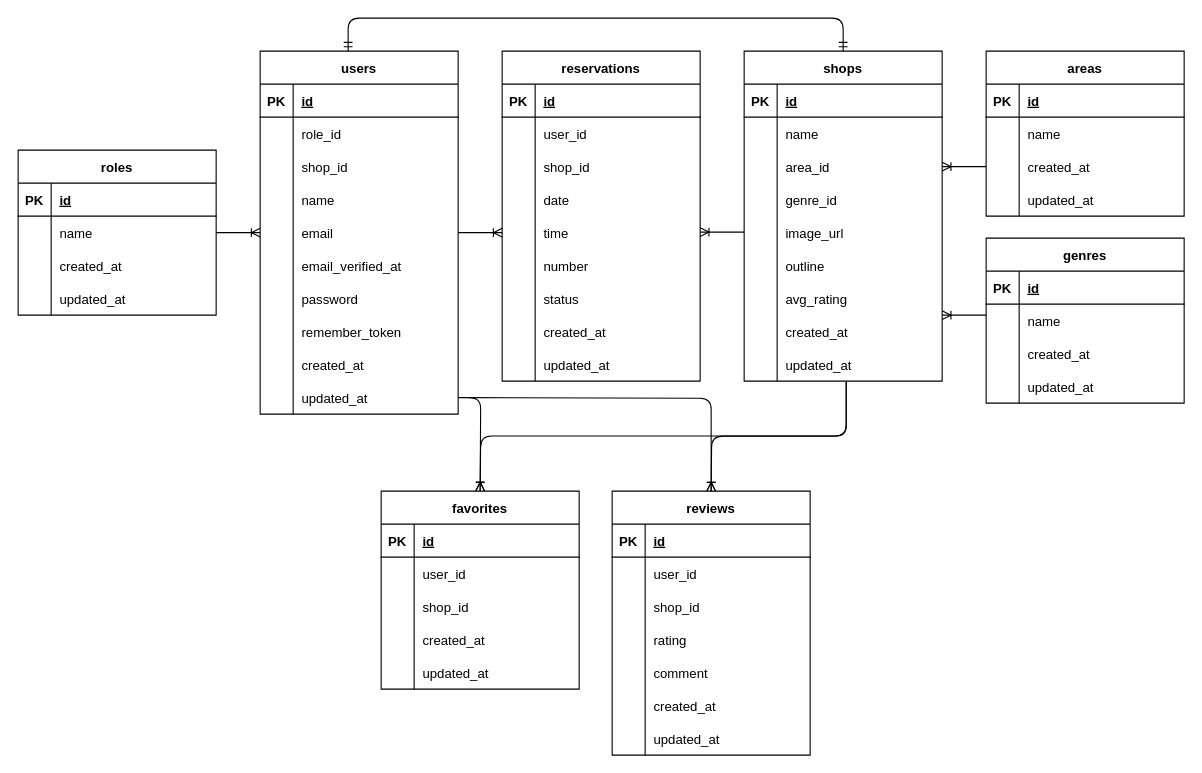
yoshiimika/RestaurantReservationService keeps this draw.io diagram as docs/ERD/ER_diagram.drawio. Above is the earlier version. Source tidied: cells renumbered, new cells numbered last; positions are measured from the earlier drawing's top-left corner, leaving out a move shared by most shapes. Both pictures are drawn from the tidied source at 110%, with x=0, y=0 at pixel (18, 18).
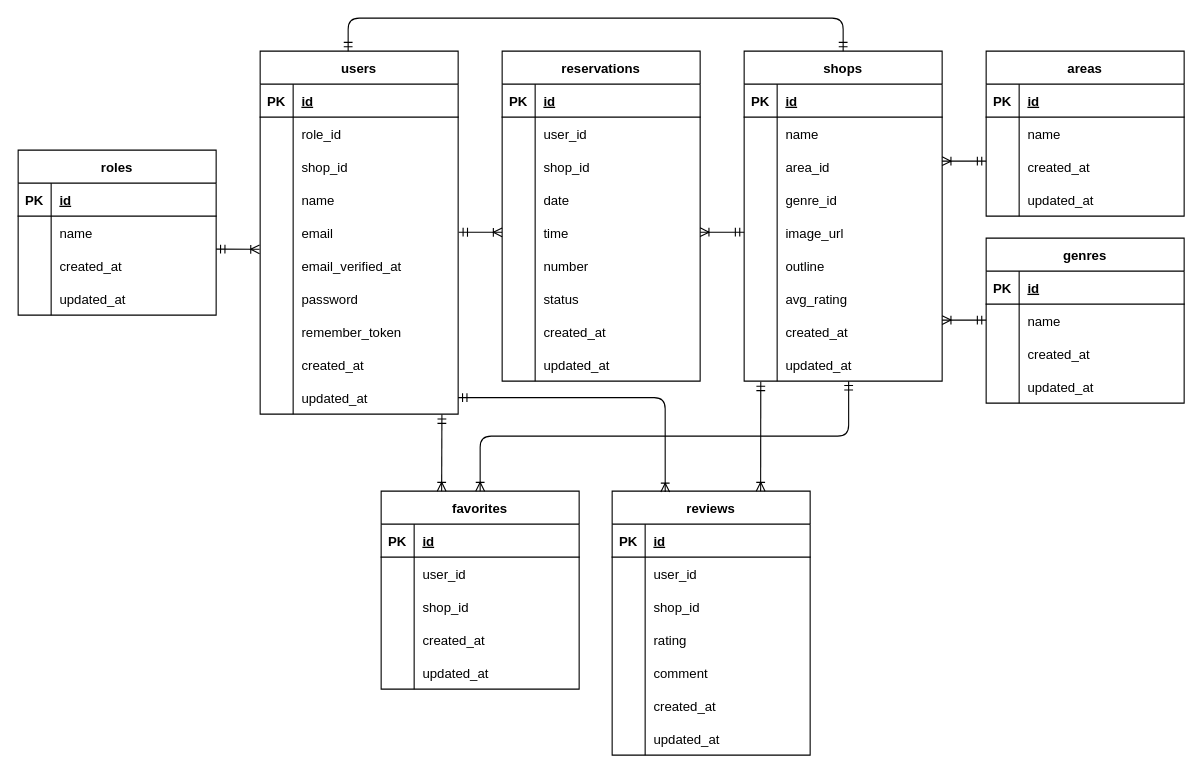
The same diagram, later.

The change refers to these unchanged cells:
```xml
<mxCell id="15" style="shape=tableRow;horizontal=0;startSize=0;swimlaneHead=0;swimlaneBody=0;fillColor=none;points=[[0,0.5],[1,0.5]];portConstraint=eastwest;top=0;left=0;right=0;bottom=0;" parent="2" vertex="1">
  <mxGeometry y="150" width="180" height="30" as="geometry" />
</mxCell>
<mxCell id="30" style="shape=tableRow;horizontal=0;startSize=0;swimlaneHead=0;swimlaneBody=0;fillColor=none;points=[[0,0.5],[1,0.5]];portConstraint=eastwest;top=0;left=0;right=0;bottom=0;" parent="2" vertex="1">
  <mxGeometry y="300" width="180" height="30" as="geometry" />
</mxCell>
<mxCell id="40" style="shape=tableRow;horizontal=0;startSize=0;swimlaneHead=0;swimlaneBody=0;fillColor=none;points=[[0,0.5],[1,0.5]];portConstraint=eastwest;top=0;left=0;right=0;bottom=0;" parent="33" vertex="1">
  <mxGeometry y="90" width="180" height="30" as="geometry" />
</mxCell>
<mxCell id="58" style="shape=tableRow;horizontal=0;startSize=0;swimlaneHead=0;swimlaneBody=0;fillColor=none;points=[[0,0.5],[1,0.5]];portConstraint=eastwest;top=0;left=0;right=0;bottom=0;" parent="33" vertex="1">
  <mxGeometry y="270" width="180" height="30" as="geometry" />
</mxCell>
<mxCell id="74" style="shape=tableRow;horizontal=0;startSize=0;swimlaneHead=0;swimlaneBody=0;fillColor=none;points=[[0,0.5],[1,0.5]];portConstraint=eastwest;top=0;left=0;right=0;bottom=0;" parent="61" vertex="1">
  <mxGeometry y="150" width="180" height="30" as="geometry" />
</mxCell>
<mxCell id="89" value="favorites" style="shape=table;startSize=30;childLayout=tableLayout;rowLines=0;fontStyle=1;align=center;" parent="1" vertex="1">
  <mxGeometry x="330" y="430" width="180" height="180" as="geometry" />
</mxCell>
<mxCell id="112" style="shape=tableRow;horizontal=0;startSize=0;swimlaneHead=0;swimlaneBody=0;fillColor=none;points=[[0,0.5],[1,0.5]];portConstraint=eastwest;top=0;left=0;right=0;bottom=0;" parent="105" vertex="1">
  <mxGeometry y="90" width="180" height="30" as="geometry" />
</mxCell>
<mxCell id="144" value="reviews" style="shape=table;startSize=30;childLayout=tableLayout;rowLines=0;fontStyle=1;align=center;" parent="1" vertex="1">
  <mxGeometry x="540" y="430" width="180" height="240" as="geometry" />
</mxCell>
```

The edit, as a diff of the source:
```diff
@@
-    <mxCell id="166" style="fontSize=12;html=1;endArrow=ERoneToMany;rounded=1;exitX=0;exitY=0.5;exitDx=0;exitDy=0;" parent="1" edge="1" source="112" target="40">
-      <mxGeometry relative="1" as="geometry" />
-    </mxCell>
-    <mxCell id="167" style="fontSize=12;html=1;endArrow=ERoneToMany;rounded=1;entryX=0;entryY=0.5;entryDx=0;entryDy=0;" parent="1" edge="1" target="15">
-      <mxGeometry relative="1" as="geometry">
-        <mxPoint x="180" y="195" as="sourcePoint" />
-      </mxGeometry>
-    </mxCell>
-    <mxCell id="168" style="fontSize=12;html=1;endArrow=ERoneToMany;rounded=1;entryX=0;entryY=0.5;entryDx=0;entryDy=0;exitX=1;exitY=0.5;exitDx=0;exitDy=0;" parent="1" edge="1" source="15" target="74">
-      <mxGeometry relative="1" as="geometry" />
-    </mxCell>
-    <mxCell id="169" style="fontSize=12;html=1;endArrow=ERoneToMany;rounded=1;exitX=1;exitY=0.5;exitDx=0;exitDy=0;edgeStyle=orthogonalEdgeStyle;" parent="1" edge="1" source="30">
-      <mxGeometry relative="1" as="geometry">
-        <mxPoint x="420" y="430" as="targetPoint" />
-      </mxGeometry>
-    </mxCell>
-    <mxCell id="170" style="fontSize=12;html=1;endArrow=ERoneToMany;rounded=1;entryX=0.5;entryY=0;entryDx=0;entryDy=0;edgeStyle=orthogonalEdgeStyle;" parent="1" edge="1" target="144">
-      <mxGeometry relative="1" as="geometry">
-        <mxPoint x="410" y="345" as="sourcePoint" />
-      </mxGeometry>
-    </mxCell>
-    <mxCell id="171" style="fontSize=12;html=1;endArrow=ERoneToMany;rounded=1;" parent="1" edge="1">
-      <mxGeometry relative="1" as="geometry">
-        <mxPoint x="660" y="194.5" as="sourcePoint" />
-        <mxPoint x="620" y="194.5" as="targetPoint" />
-      </mxGeometry>
-    </mxCell>
-    <mxCell id="172" style="fontSize=12;html=1;endArrow=ERoneToMany;rounded=1;exitX=0.516;exitY=1.011;exitDx=0;exitDy=0;exitPerimeter=0;edgeStyle=orthogonalEdgeStyle;" parent="1" edge="1" source="58">
-      <mxGeometry relative="1" as="geometry">
-        <mxPoint x="630" y="430" as="targetPoint" />
-      </mxGeometry>
-    </mxCell>
-    <mxCell id="173" style="fontSize=12;html=1;endArrow=ERoneToMany;rounded=1;exitX=0.515;exitY=1.032;exitDx=0;exitDy=0;exitPerimeter=0;edgeStyle=orthogonalEdgeStyle;" parent="1" edge="1" source="58">
-      <mxGeometry relative="1" as="geometry">
-        <mxPoint x="420" y="429.7" as="targetPoint" />
-      </mxGeometry>
-    </mxCell>
-    <mxCell id="174" style="fontSize=12;html=1;endArrow=ERoneToMany;rounded=1;exitX=0;exitY=0.5;exitDx=0;exitDy=0;" parent="1" edge="1">
-      <mxGeometry relative="1" as="geometry">
-        <mxPoint x="880" y="270" as="sourcePoint" />
-        <mxPoint x="840" y="270" as="targetPoint" />
-      </mxGeometry>
-    </mxCell>
@@
+    <mxCell id="176" style="fontSize=12;html=1;endArrow=ERoneToMany;startArrow=ERmandOne;rounded=0;entryX=-0.003;entryY=1.005;entryDx=0;entryDy=0;entryPerimeter=0;" parent="1" edge="1" target="15">
+      <mxGeometry relative="1" as="geometry">
+        <mxPoint x="180" y="210" as="sourcePoint" />
+      </mxGeometry>
+    </mxCell>
+    <mxCell id="177" style="fontSize=12;html=1;endArrow=ERoneToMany;startArrow=ERmandOne;rounded=0;entryX=-0.003;entryY=1.005;entryDx=0;entryDy=0;entryPerimeter=0;" parent="1" edge="1">
+      <mxGeometry relative="1" as="geometry">
+        <mxPoint x="400.5" y="194.6" as="sourcePoint" />
+        <mxPoint x="440" y="194.7" as="targetPoint" />
+      </mxGeometry>
+    </mxCell>
+    <mxCell id="178" style="fontSize=12;html=1;endArrow=ERoneToMany;startArrow=ERmandOne;rounded=0;" parent="1" edge="1">
+      <mxGeometry relative="1" as="geometry">
+        <mxPoint x="660" y="194.6" as="sourcePoint" />
+        <mxPoint x="620" y="194.6" as="targetPoint" />
+        <Array as="points">
+          <mxPoint x="650" y="194.6" />
+        </Array>
+      </mxGeometry>
+    </mxCell>
+    <mxCell id="179" style="fontSize=12;html=1;endArrow=ERoneToMany;startArrow=ERmandOne;rounded=0;" parent="1" edge="1">
+      <mxGeometry relative="1" as="geometry">
+        <mxPoint x="880" y="130" as="sourcePoint" />
+        <mxPoint x="840" y="130" as="targetPoint" />
+        <Array as="points">
+          <mxPoint x="870" y="130" />
+        </Array>
+      </mxGeometry>
+    </mxCell>
+    <mxCell id="180" style="fontSize=12;html=1;endArrow=ERoneToMany;startArrow=ERmandOne;rounded=0;" parent="1" edge="1">
+      <mxGeometry relative="1" as="geometry">
+        <mxPoint x="880" y="274.5" as="sourcePoint" />
+        <mxPoint x="840" y="274.5" as="targetPoint" />
+        <Array as="points">
+          <mxPoint x="870" y="274.5" />
+        </Array>
+      </mxGeometry>
+    </mxCell>
+    <mxCell id="181" style="fontSize=12;html=1;endArrow=ERoneToMany;startArrow=ERmandOne;exitX=0.918;exitY=1.012;exitDx=0;exitDy=0;exitPerimeter=0;" parent="1" edge="1" source="30">
+      <mxGeometry relative="1" as="geometry">
+        <mxPoint x="385" y="430" as="targetPoint" />
+      </mxGeometry>
+    </mxCell>
+    <mxCell id="182" style="edgeStyle=orthogonalEdgeStyle;fontSize=12;html=1;endArrow=ERoneToMany;startArrow=ERmandOne;exitX=1;exitY=0.5;exitDx=0;exitDy=0;entryX=0.268;entryY=0.003;entryDx=0;entryDy=0;entryPerimeter=0;" parent="1" edge="1" source="30" target="144">
+      <mxGeometry relative="1" as="geometry" />
+    </mxCell>
+    <mxCell id="183" style="fontSize=12;html=1;endArrow=ERoneToMany;startArrow=ERmandOne;exitX=0.084;exitY=1.021;exitDx=0;exitDy=0;exitPerimeter=0;entryX=0.75;entryY=0;entryDx=0;entryDy=0;" parent="1" edge="1" source="58" target="144">
+      <mxGeometry relative="1" as="geometry" />
+    </mxCell>
+    <mxCell id="184" style="edgeStyle=orthogonalEdgeStyle;fontSize=12;html=1;endArrow=ERoneToMany;startArrow=ERmandOne;entryX=0.5;entryY=0;entryDx=0;entryDy=0;" parent="1" edge="1" source="58" target="89">
+      <mxGeometry relative="1" as="geometry">
+        <Array as="points">
+          <mxPoint x="755" y="380" />
+          <mxPoint x="420" y="380" />
+        </Array>
+      </mxGeometry>
+    </mxCell>
```
